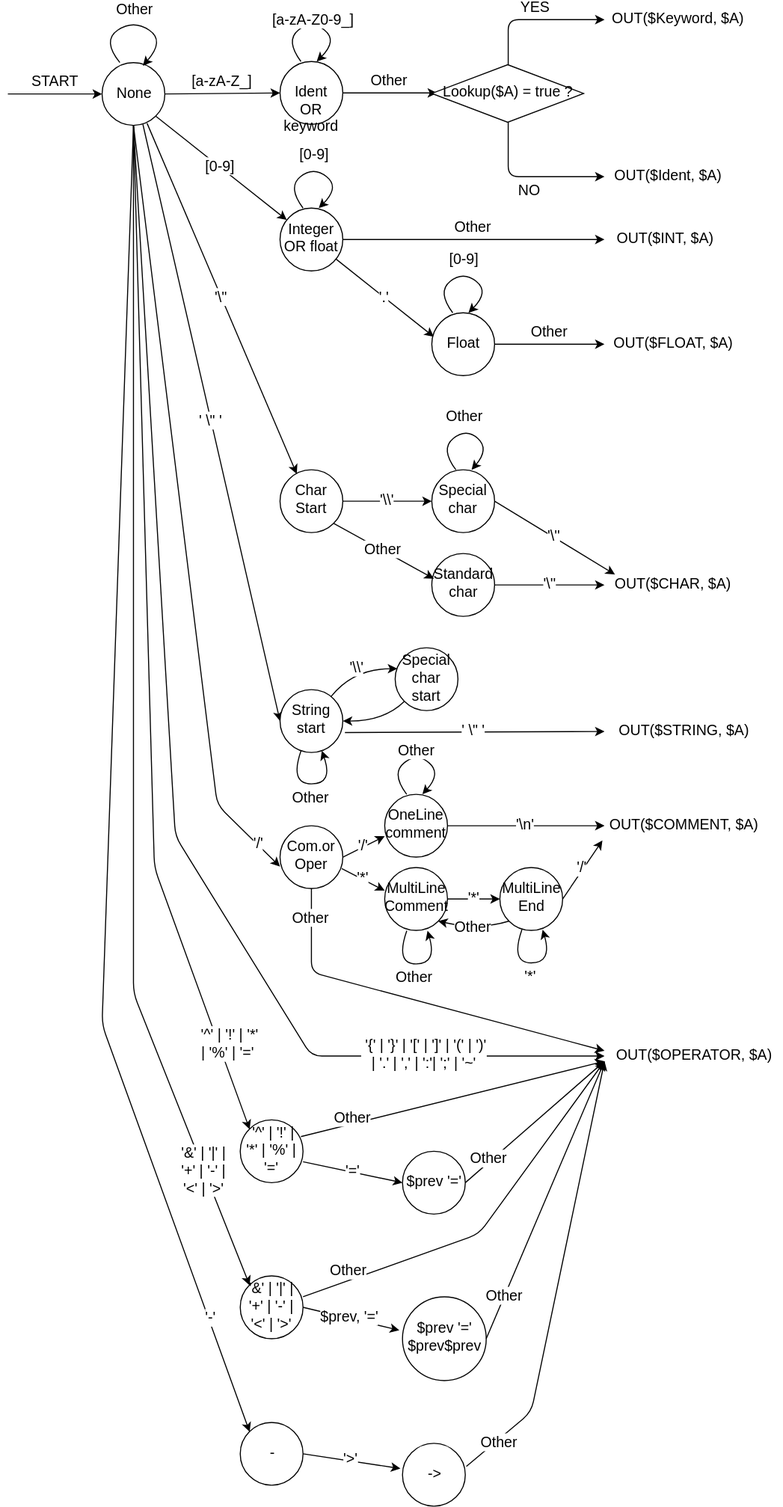
Earlier version of the draw.io export spec/Diagrams/GrylangLexics/Final/GrylangFinal.svg (hakeris1010/Grylang). Source tidied: cells renumbered, new cells last; positions are measured from the earlier drawing's top-left corner, leaving out a move shared by most shapes.
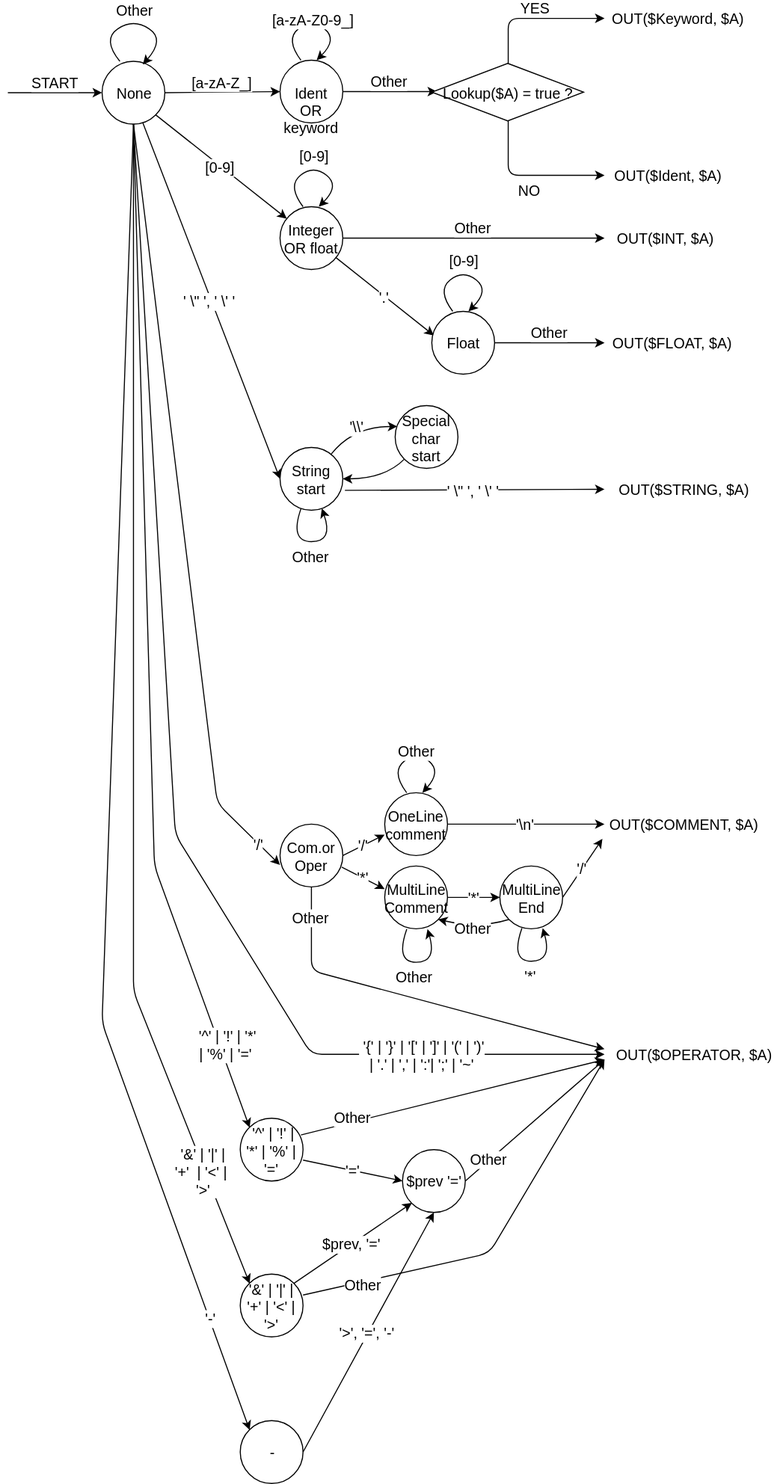
After the commit.

The edit, as a diff of the source:
```diff
@@ -118,80 +118,40 @@
     <mxCell id="23" value="&lt;font style=&quot;font-size: 14px&quot;&gt;OUT($FLOAT, $A)&lt;/font&gt;" style="text;html=1;strokeColor=none;fillColor=none;align=center;verticalAlign=middle;whiteSpace=wrap;labelPosition=center;verticalLabelPosition=middle;fontSize=14;" parent="1" vertex="1">
       <mxGeometry x="570" y="310" width="130" height="20" as="geometry" />
     </mxCell>
-    <mxCell id="24" value="'\''" style="endArrow=classic;html=1;exitX=0.717;exitY=0.967;entryX=0.267;entryY=0.067;fontSize=14;entryPerimeter=0;exitPerimeter=0;" parent="1" edge="1" source="2" target="25">
-      <mxGeometry relative="1" as="geometry" />
-    </mxCell>
-    <mxCell id="25" value="Char Start" style="ellipse;whiteSpace=wrap;html=1;fontSize=14;" parent="1" vertex="1">
-      <mxGeometry x="260" y="440" width="60" height="60" as="geometry" />
-    </mxCell>
-    <mxCell id="26" value="'\\'" style="endArrow=classic;html=1;fontSize=14;exitX=1;exitY=0.5;entryX=0;entryY=0.5;" parent="1" edge="1" source="25" target="27">
-      <mxGeometry relative="1" as="geometry" />
-    </mxCell>
-    <mxCell id="27" value="Special char" style="ellipse;whiteSpace=wrap;html=1;fontSize=14;" parent="1" vertex="1">
-      <mxGeometry x="405" y="440" width="60" height="60" as="geometry" />
-    </mxCell>
-    <mxCell id="28" value="Standard char" style="ellipse;whiteSpace=wrap;html=1;fontSize=14;" parent="1" vertex="1">
-      <mxGeometry x="405" y="520" width="60" height="60" as="geometry" />
-    </mxCell>
-    <mxCell id="29" value="Other" style="endArrow=classic;html=1;fontSize=14;exitX=1;exitY=1;entryX=0.033;entryY=0.4;entryPerimeter=0;" parent="1" edge="1" source="25" target="28">
-      <mxGeometry relative="1" as="geometry" />
-    </mxCell>
-    <mxCell id="30" value="'\''" style="endArrow=classic;html=1;fontSize=14;exitX=1;exitY=0.5;" parent="1" edge="1" source="28">
-      <mxGeometry relative="1" as="geometry">
-        <mxPoint x="570" y="550" as="targetPoint" />
-      </mxGeometry>
-    </mxCell>
-    <mxCell id="31" value="&lt;font style=&quot;font-size: 14px&quot;&gt;OUT($CHAR, $A)&lt;/font&gt;" style="text;html=1;strokeColor=none;fillColor=none;align=center;verticalAlign=middle;whiteSpace=wrap;labelPosition=center;verticalLabelPosition=middle;fontSize=14;" parent="1" vertex="1">
-      <mxGeometry x="570" y="540" width="130" height="20" as="geometry" />
-    </mxCell>
-    <mxCell id="32" value="'\''" style="endArrow=classic;html=1;fontSize=14;entryX=0.077;entryY=0;entryPerimeter=0;exitX=1;exitY=0.5;" parent="1" edge="1" source="27" target="31">
-      <mxGeometry relative="1" as="geometry" />
-    </mxCell>
-    <mxCell id="33" value="' \&quot; '" style="endArrow=classic;html=1;fontSize=14;entryX=0;entryY=0.5;exitX=0.65;exitY=0.983;exitPerimeter=0;" parent="1" edge="1" source="2" target="35">
+    <mxCell id="33" value="' \&quot; ', ' \' '" style="endArrow=classic;html=1;fontSize=14;entryX=0;entryY=0.5;exitX=0.65;exitY=0.983;exitPerimeter=0;" parent="1" edge="1" source="2" target="35">
       <mxGeometry relative="1" as="geometry" />
     </mxCell>
-    <mxCell id="34" value="Other" style="endArrow=classic;html=1;exitX=0.333;exitY=0;exitPerimeter=0;curved=1;labelPosition=center;verticalLabelPosition=top;align=center;verticalAlign=bottom;entryX=0.583;entryY=0;entryPerimeter=0;fontSize=14;" parent="1" edge="1">
-      <mxGeometry relative="1" as="geometry">
-        <mxPoint x="428" y="440" as="sourcePoint" />
-        <mxPoint x="443" y="440" as="targetPoint" />
-        <Array as="points">
-          <mxPoint x="413" y="420" />
-          <mxPoint x="438" y="400" />
-          <mxPoint x="460" y="420" />
-        </Array>
-      </mxGeometry>
-    </mxCell>
     <mxCell id="35" value="String start" style="ellipse;whiteSpace=wrap;html=1;fontSize=14;" parent="1" vertex="1">
-      <mxGeometry x="260" y="650" width="60" height="60" as="geometry" />
+      <mxGeometry x="260" y="420" width="60" height="60" as="geometry" />
     </mxCell>
     <mxCell id="36" value="'\\'" style="endArrow=classic;html=1;fontSize=14;entryX=0.033;entryY=0.333;entryPerimeter=0;curved=1;" parent="1" edge="1" source="35" target="37">
       <mxGeometry relative="1" as="geometry">
         <Array as="points">
-          <mxPoint x="330" y="630" />
+          <mxPoint x="330" y="400" />
         </Array>
       </mxGeometry>
     </mxCell>
     <mxCell id="37" value="Special char start" style="ellipse;whiteSpace=wrap;html=1;fontSize=14;" parent="1" vertex="1">
-      <mxGeometry x="370" y="610" width="60" height="60" as="geometry" />
+      <mxGeometry x="370" y="380" width="60" height="60" as="geometry" />
     </mxCell>
     <mxCell id="38" value="Other" style="endArrow=classic;html=1;fontSize=14;curved=1;labelPosition=center;verticalLabelPosition=bottom;align=center;verticalAlign=top;" parent="1" edge="1" source="35" target="35">
       <mxGeometry relative="1" as="geometry">
         <Array as="points">
-          <mxPoint x="269" y="740" />
-          <mxPoint x="340" y="750" />
+          <mxPoint x="269" y="510" />
+          <mxPoint x="340" y="520" />
         </Array>
       </mxGeometry>
     </mxCell>
-    <mxCell id="39" value="' \&quot; '" style="endArrow=classic;html=1;fontSize=14;exitX=1.033;exitY=0.683;exitPerimeter=0;entryX=0;entryY=0.5;" parent="1" edge="1" source="35" target="40">
+    <mxCell id="39" value="' \&quot; ', ' \' '" style="endArrow=classic;html=1;fontSize=14;exitX=1.033;exitY=0.683;exitPerimeter=0;entryX=0;entryY=0.5;" parent="1" edge="1" source="35" target="40">
       <mxGeometry relative="1" as="geometry" />
     </mxCell>
     <mxCell id="40" value="&lt;font style=&quot;font-size: 14px&quot;&gt;OUT($STRING, $A)&lt;/font&gt;" style="text;html=1;strokeColor=none;fillColor=none;align=center;verticalAlign=middle;whiteSpace=wrap;labelPosition=center;verticalLabelPosition=middle;fontSize=14;" parent="1" vertex="1">
-      <mxGeometry x="570" y="680" width="150" height="20" as="geometry" />
+      <mxGeometry x="570" y="450" width="150" height="20" as="geometry" />
     </mxCell>
     <mxCell id="41" style="endArrow=classic;html=1;fontSize=14;exitX=0;exitY=1;entryX=1;entryY=0.5;curved=1;" parent="1" edge="1" source="37" target="35">
       <mxGeometry relative="1" as="geometry">
         <Array as="points">
-          <mxPoint x="360" y="680" />
+          <mxPoint x="360" y="450" />
         </Array>
       </mxGeometry>
     </mxCell>
@@ -295,29 +255,23 @@
         </Array>
       </mxGeometry>
     </mxCell>
-    <mxCell id="60" value="'&amp;amp;' | '|' | &lt;br&gt;'+' | '-' | &lt;br&gt;'&amp;lt;' | '&amp;gt;'" style="endArrow=classic;html=1;fontSize=14;entryX=0;entryY=0;" parent="1" edge="1" source="2" target="61">
+    <mxCell id="60" value="'&amp;amp;' | '|' | &lt;br&gt;'+' &amp;nbsp;| '&amp;lt;' |&amp;nbsp;&lt;div&gt;'&amp;gt;'&lt;/div&gt;" style="endArrow=classic;html=1;fontSize=14;entryX=0;entryY=0;" parent="1" edge="1" source="2" target="61">
       <mxGeometry x="0.79" y="-1" relative="1" as="geometry">
         <Array as="points">
           <mxPoint x="120" y="940" />
         </Array>
       </mxGeometry>
     </mxCell>
-    <mxCell id="61" value="'&amp;amp;' | '|' | &lt;br&gt;'+' | '-' | '&amp;lt;' | '&amp;gt;'" style="ellipse;whiteSpace=wrap;html=1;fontSize=14;" parent="1" vertex="1">
+    <mxCell id="61" value="'&amp;amp;' | '|' | &lt;br&gt;'+' | '&amp;lt;' | '&amp;gt;'" style="ellipse;whiteSpace=wrap;html=1;fontSize=14;" parent="1" vertex="1">
       <mxGeometry x="222" y="1210" width="60" height="60" as="geometry" />
     </mxCell>
-    <mxCell id="62" value="$prev, '='" style="endArrow=classic;html=1;fontSize=14;exitX=1;exitY=0.5;entryX=-0.033;entryY=0.4;entryPerimeter=0;" parent="1" edge="1" source="61" target="63">
+    <mxCell id="62" value="$prev, '='" style="endArrow=classic;html=1;fontSize=14;exitX=1;exitY=0;entryX=0;entryY=1;" parent="1" edge="1" source="61" target="68">
       <mxGeometry relative="1" as="geometry" />
     </mxCell>
-    <mxCell id="63" value="$prev '=' &lt;br&gt;$prev$prev" style="ellipse;whiteSpace=wrap;html=1;fontSize=14;" parent="1" vertex="1">
-      <mxGeometry x="377" y="1230" width="80" height="80" as="geometry" />
-    </mxCell>
-    <mxCell id="64" value="Other" style="endArrow=classic;html=1;fontSize=14;exitX=1;exitY=0.5;entryX=0;entryY=0.75;" parent="1" edge="1" source="63" target="43">
-      <mxGeometry x="-0.7" y="-1" relative="1" as="geometry" />
-    </mxCell>
     <mxCell id="65" value="Other" style="endArrow=classic;html=1;fontSize=14;exitX=1;exitY=0.333;exitPerimeter=0;entryX=0;entryY=0.75;" parent="1" edge="1" source="61" target="43">
-      <mxGeometry x="-0.74" y="7" relative="1" as="geometry">
+      <mxGeometry x="-0.7" y="-3" relative="1" as="geometry">
         <Array as="points">
-          <mxPoint x="450" y="1170" />
+          <mxPoint x="460" y="1190" />
         </Array>
       </mxGeometry>
     </mxCell>
@@ -348,12 +302,9 @@
     <mxCell id="72" value="-" style="ellipse;whiteSpace=wrap;html=1;fontSize=14;" parent="1" vertex="1">
       <mxGeometry x="222" y="1350" width="60" height="60" as="geometry" />
     </mxCell>
-    <mxCell id="73" value="'&amp;gt;'" style="endArrow=classic;html=1;fontSize=14;exitX=1;exitY=0.5;entryX=-0.033;entryY=0.4;entryPerimeter=0;" parent="1" edge="1" source="72" target="74">
+    <mxCell id="73" value="'&amp;gt;', '=', '-'" style="endArrow=classic;html=1;fontSize=14;exitX=1;exitY=0.5;entryX=0.5;entryY=1;" parent="1" edge="1" source="72" target="68">
       <mxGeometry relative="1" as="geometry" />
     </mxCell>
-    <mxCell id="74" value="-&amp;gt;" style="ellipse;whiteSpace=wrap;html=1;fontSize=14;" parent="1" vertex="1">
-      <mxGeometry x="377" y="1370" width="60" height="60" as="geometry" />
-    </mxCell>
     <mxCell id="75" value="'-'" style="endArrow=classic;html=1;fontSize=14;exitX=0.5;exitY=1;entryX=0;entryY=0;" parent="1" edge="1" source="2" target="72">
       <mxGeometry x="0.82" y="2" relative="1" as="geometry">
         <Array as="points">
@@ -361,12 +312,5 @@
         </Array>
       </mxGeometry>
     </mxCell>
-    <mxCell id="76" value="Other" style="endArrow=classic;html=1;fontSize=14;entryX=0;entryY=0.75;exitX=1.017;exitY=0.367;exitPerimeter=0;" parent="1" edge="1" source="74" target="43">
-      <mxGeometry x="-0.82" y="-4" relative="1" as="geometry">
-        <Array as="points">
-          <mxPoint x="500" y="1340" />
-        </Array>
-      </mxGeometry>
-    </mxCell>
   </root>
 </mxGraphModel>
```
